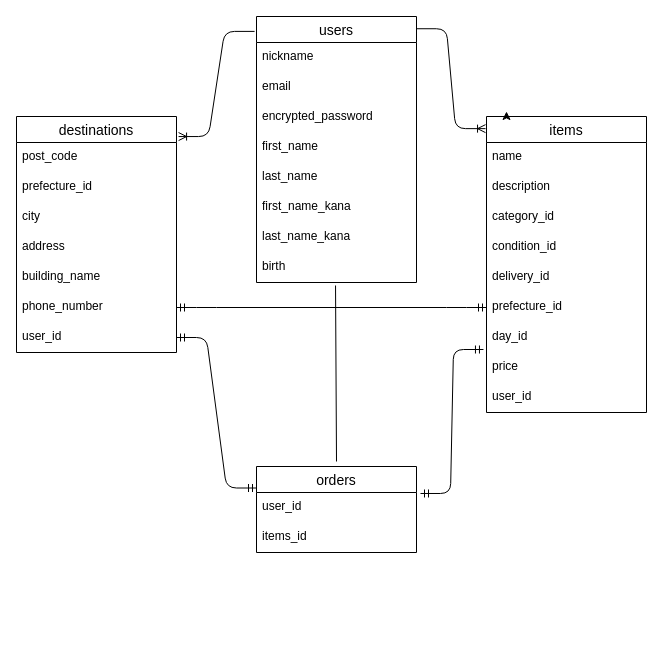
Above: furima.dio in yasu27/furima-33987 (draw.io), before the change. Source tidied: cells renumbered, new cells numbered last; positions are measured from the earlier drawing's top-left corner, leaving out a move shared by most shapes. Both pictures are drawn from the tidied source at 100%, with x=0, y=0 at pixel (16, 16).
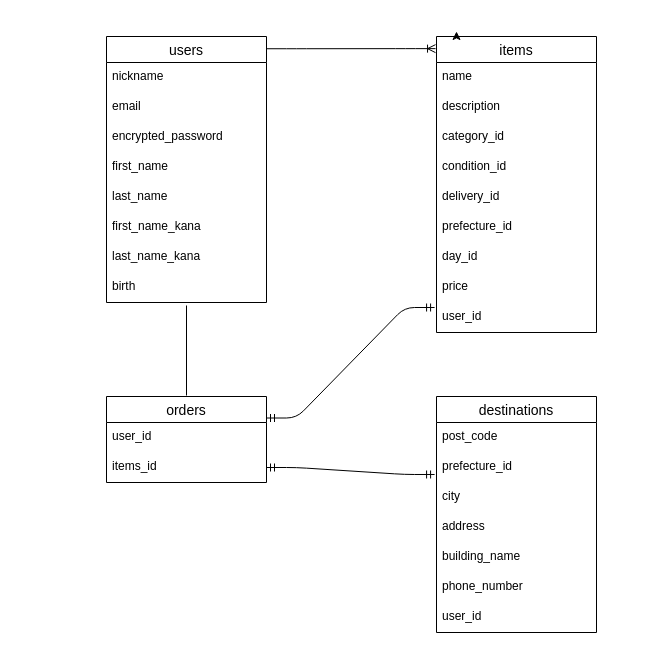
The same page after the edit.

Unchanged cells that the change refers to:
```xml
<mxCell id="10" value="birth" style="text;strokeColor=none;fillColor=none;spacingLeft=4;spacingRight=4;overflow=hidden;points=[[0,0.5],[1,0.5]];portConstraint=eastwest;fontSize=12;" parent="2" vertex="1">
  <mxGeometry y="236" width="160" height="30" as="geometry" />
</mxCell>
<mxCell id="17" value="prefecture_id" style="text;strokeColor=none;fillColor=none;spacingLeft=4;spacingRight=4;overflow=hidden;points=[[0,0.5],[1,0.5]];portConstraint=eastwest;fontSize=12;" parent="11" vertex="1">
  <mxGeometry y="176" width="160" height="30" as="geometry" />
</mxCell>
<mxCell id="19" value="price" style="text;strokeColor=none;fillColor=none;spacingLeft=4;spacingRight=4;overflow=hidden;points=[[0,0.5],[1,0.5]];portConstraint=eastwest;fontSize=12;" parent="11" vertex="1">
  <mxGeometry y="236" width="160" height="30" as="geometry" />
</mxCell>
<mxCell id="20" value="user_id" style="text;strokeColor=none;fillColor=none;spacingLeft=4;spacingRight=4;overflow=hidden;points=[[0,0.5],[1,0.5]];portConstraint=eastwest;fontSize=12;" parent="11" vertex="1">
  <mxGeometry y="266" width="160" height="30" as="geometry" />
</mxCell>
<mxCell id="23" value="prefecture_id" style="text;strokeColor=none;fillColor=none;spacingLeft=4;spacingRight=4;overflow=hidden;points=[[0,0.5],[1,0.5]];portConstraint=eastwest;fontSize=12;" parent="21" vertex="1">
  <mxGeometry y="56" width="160" height="30" as="geometry" />
</mxCell>
<mxCell id="27" value="phone_number" style="text;strokeColor=none;fillColor=none;spacingLeft=4;spacingRight=4;overflow=hidden;points=[[0,0.5],[1,0.5]];portConstraint=eastwest;fontSize=12;" parent="21" vertex="1">
  <mxGeometry y="176" width="160" height="30" as="geometry" />
</mxCell>
<mxCell id="28" value="user_id" style="text;strokeColor=none;fillColor=none;spacingLeft=4;spacingRight=4;overflow=hidden;points=[[0,0.5],[1,0.5]];portConstraint=eastwest;fontSize=12;" parent="21" vertex="1">
  <mxGeometry y="206" width="160" height="30" as="geometry" />
</mxCell>
<mxCell id="32" value="user_id" style="text;strokeColor=none;fillColor=none;spacingLeft=4;spacingRight=4;overflow=hidden;points=[[0,0.5],[1,0.5]];portConstraint=eastwest;fontSize=12;" parent="31" vertex="1">
  <mxGeometry y="26" width="160" height="30" as="geometry" />
</mxCell>
<mxCell id="33" value="items_id" style="text;strokeColor=none;fillColor=none;spacingLeft=4;spacingRight=4;overflow=hidden;points=[[0,0.5],[1,0.5]];portConstraint=eastwest;fontSize=12;" parent="31" vertex="1">
  <mxGeometry y="56" width="160" height="30" as="geometry" />
</mxCell>
```

The edit, as a diff of the source:
```diff
@@
     <mxCell id="2" value="users" style="swimlane;fontStyle=0;horizontal=1;startSize=26;align=center;fontSize=14;" parent="1" vertex="1">
-      <mxGeometry x="240" width="160" height="266" as="geometry" />
+      <mxGeometry x="90" y="20" width="160" height="266" as="geometry" />
     </mxCell>
@@
     <mxCell id="11" value="items" style="swimlane;fontStyle=0;horizontal=1;startSize=26;align=center;fontSize=14;" parent="1" vertex="1">
-      <mxGeometry x="470" y="100" width="160" height="296" as="geometry" />
+      <mxGeometry x="420" y="20" width="160" height="296" as="geometry" />
     </mxCell>
@@
     <mxCell id="21" value="destinations" style="swimlane;fontStyle=0;horizontal=1;startSize=26;align=center;fontSize=14;" parent="1" vertex="1">
-      <mxGeometry y="100" width="160" height="236" as="geometry" />
+      <mxGeometry x="420" y="380" width="160" height="236" as="geometry" />
     </mxCell>
@@
-    <mxCell id="30" style="edgeStyle=entityRelationEdgeStyle;fontSize=12;html=1;endArrow=ERmandOne;startArrow=ERmandOne;entryX=0;entryY=0.25;entryDx=0;entryDy=0;exitX=1;exitY=0.5;exitDx=0;exitDy=0;" parent="1" edge="1" source="28" target="31">
+    <mxCell id="30" style="edgeStyle=entityRelationEdgeStyle;fontSize=12;html=1;endArrow=ERmandOne;startArrow=ERmandOne;entryX=1;entryY=0.5;entryDx=0;entryDy=0;exitX=-0.012;exitY=0.733;exitDx=0;exitDy=0;exitPerimeter=0;" parent="1" edge="1" source="23" target="33">
       <mxGeometry relative="1" as="geometry" />
     </mxCell>
     <mxCell id="31" value="orders" style="swimlane;fontStyle=0;horizontal=1;startSize=26;align=center;fontSize=14;" parent="1" vertex="1">
-      <mxGeometry x="240" y="450" width="160" height="86" as="geometry" />
+      <mxGeometry x="90" y="380" width="160" height="86" as="geometry" />
     </mxCell>
@@
-    <mxCell id="35" style="edgeStyle=entityRelationEdgeStyle;fontSize=12;html=1;endArrow=ERoneToMany;entryX=1.013;entryY=0.085;entryDx=0;entryDy=0;entryPerimeter=0;exitX=-0.012;exitY=0.056;exitDx=0;exitDy=0;exitPerimeter=0;" parent="1" edge="1" source="2" target="21">
-      <mxGeometry relative="1" as="geometry" />
-    </mxCell>
-    <mxCell id="36" style="edgeStyle=entityRelationEdgeStyle;fontSize=12;html=1;endArrow=ERmandOne;startArrow=ERmandOne;exitX=1;exitY=0.5;exitDx=0;exitDy=0;entryX=0;entryY=0.5;entryDx=0;entryDy=0;" parent="1" edge="1" source="27" target="17">
-      <mxGeometry relative="1" as="geometry" />
-    </mxCell>
+    <mxCell id="38" style="endArrow=none;html=1;rounded=0;" parent="1" edge="1">
+      <mxGeometry relative="1" as="geometry">
+        <mxPoint x="170" y="289" as="sourcePoint" />
+        <mxPoint x="170" y="379" as="targetPoint" />
+      </mxGeometry>
+    </mxCell>
-    <mxCell id="37" style="edgeStyle=entityRelationEdgeStyle;fontSize=12;html=1;endArrow=ERmandOne;startArrow=ERmandOne;exitX=1.025;exitY=0.033;exitDx=0;exitDy=0;exitPerimeter=0;entryX=-0.019;entryY=-0.1;entryDx=0;entryDy=0;entryPerimeter=0;" parent="1" edge="1" source="32" target="19">
+    <mxCell id="37" style="edgeStyle=entityRelationEdgeStyle;fontSize=12;html=1;endArrow=ERmandOne;startArrow=ERmandOne;exitX=-0.012;exitY=0.167;exitDx=0;exitDy=0;exitPerimeter=0;entryX=1;entryY=0.25;entryDx=0;entryDy=0;" parent="1" edge="1" source="20" target="31">
       <mxGeometry relative="1" as="geometry" />
     </mxCell>
-    <mxCell id="38" style="endArrow=none;html=1;rounded=0;exitX=0.494;exitY=1.1;exitDx=0;exitDy=0;exitPerimeter=0;" parent="1" edge="1" source="10">
-      <mxGeometry relative="1" as="geometry">
-        <mxPoint x="320" y="445" as="targetPoint" />
-      </mxGeometry>
-    </mxCell>
```
